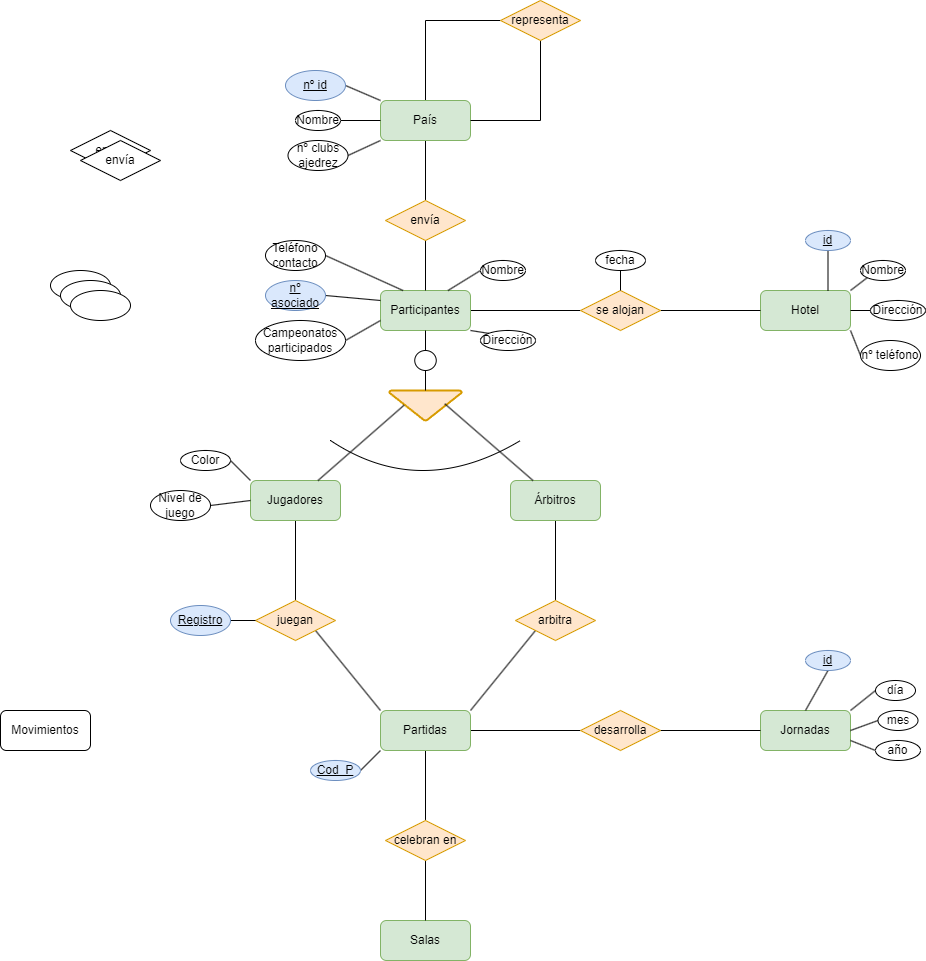
LuisMGlez/base-datos keeps this draw.io diagram as Unidad-1/Tareas/Tareas-evaluables/Tarea-evaluable-2/tarea-evaluable-2.drawio.png. Above is the earlier version. Source tidied: cells renumbered, new cells last; positions are measured from the earlier drawing's top-left corner, leaving out a move shared by most shapes.
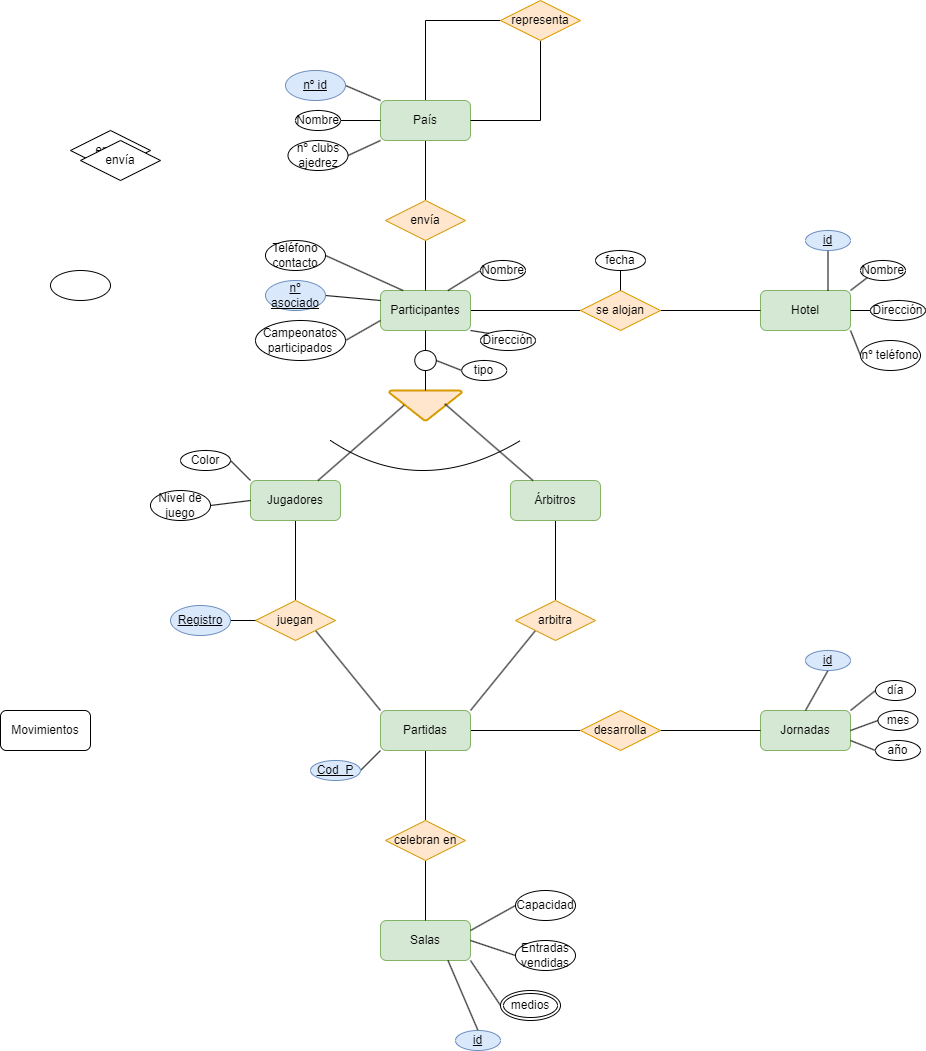
The same diagram one commit later.

Change to the diagram source:
```diff
@@ -224,11 +224,17 @@
     <mxCell id="73" value="nº teléfono" style="ellipse;whiteSpace=wrap;html=1;" parent="1" vertex="1">
       <mxGeometry x="860" y="340" width="60" height="30" as="geometry" />
     </mxCell>
+    <mxCell id="86" style="rounded=0;jettySize=auto;html=1;exitX=0;exitY=0.5;exitDx=0;exitDy=0;entryX=1;entryY=0.25;entryDx=0;entryDy=0;endArrow=none;endFill=0;" parent="1" edge="1" source="74" target="4">
+      <mxGeometry relative="1" as="geometry" />
+    </mxCell>
-    <mxCell id="74" style="ellipse;whiteSpace=wrap;html=1;" parent="1" vertex="1">
-      <mxGeometry x="60" y="280" width="60" height="30" as="geometry" />
+    <mxCell id="74" value="Capacidad" style="ellipse;whiteSpace=wrap;html=1;" parent="1" vertex="1">
+      <mxGeometry x="515" y="890" width="60" height="30" as="geometry" />
     </mxCell>
+    <mxCell id="87" style="rounded=0;jettySize=auto;html=1;exitX=0;exitY=0.5;exitDx=0;exitDy=0;entryX=1;entryY=0.5;entryDx=0;entryDy=0;endArrow=none;endFill=0;" parent="1" edge="1" source="75" target="4">
+      <mxGeometry relative="1" as="geometry" />
+    </mxCell>
-    <mxCell id="75" style="ellipse;whiteSpace=wrap;html=1;" parent="1" vertex="1">
-      <mxGeometry x="70" y="290" width="60" height="30" as="geometry" />
+    <mxCell id="75" value="Entradas vendidas" style="ellipse;whiteSpace=wrap;html=1;" parent="1" vertex="1">
+      <mxGeometry x="515" y="940" width="60" height="30" as="geometry" />
     </mxCell>
     <mxCell id="76" style="rounded=0;jettySize=auto;html=1;exitX=0;exitY=0.5;exitDx=0;exitDy=0;entryX=1;entryY=0;entryDx=0;entryDy=0;endArrow=none;endFill=0;" parent="1" edge="1" source="77" target="5">
       <mxGeometry relative="1" as="geometry" />
@@ -260,5 +266,23 @@
     <mxCell id="85" value="&lt;u&gt;id&lt;/u&gt;" style="ellipse;whiteSpace=wrap;html=1;fillColor=#dae8fc;strokeColor=#6c8ebf;" parent="1" vertex="1">
       <mxGeometry x="805" y="650" width="45" height="20" as="geometry" />
     </mxCell>
+    <mxCell id="88" value="tipo" style="ellipse;whiteSpace=wrap;html=1;" parent="1" vertex="1">
+      <mxGeometry x="461.2" y="360" width="45" height="20" as="geometry" />
+    </mxCell>
+    <mxCell id="89" style="rounded=0;jettySize=auto;html=1;exitX=0;exitY=0.5;exitDx=0;exitDy=0;entryX=1;entryY=0.5;entryDx=0;entryDy=0;entryPerimeter=0;endArrow=none;endFill=0;" parent="1" edge="1" source="88" target="22">
+      <mxGeometry relative="1" as="geometry" />
+    </mxCell>
+    <mxCell id="90" style="rounded=0;jettySize=auto;html=1;exitX=0;exitY=0.5;exitDx=0;exitDy=0;entryX=1;entryY=1;entryDx=0;entryDy=0;endArrow=none;endFill=0;" parent="1" edge="1" source="91" target="4">
+      <mxGeometry relative="1" as="geometry" />
+    </mxCell>
+    <mxCell id="91" value="medios" style="ellipse;shape=doubleEllipse;margin=3;whiteSpace=wrap;html=1;align=center;" parent="1" vertex="1">
+      <mxGeometry x="500" y="990" width="60" height="30" as="geometry" />
+    </mxCell>
+    <mxCell id="92" style="rounded=0;jettySize=auto;html=1;exitX=0.5;exitY=0;exitDx=0;exitDy=0;entryX=0.75;entryY=1;entryDx=0;entryDy=0;endArrow=none;endFill=0;" parent="1" edge="1" source="93" target="4">
+      <mxGeometry relative="1" as="geometry" />
+    </mxCell>
+    <mxCell id="93" value="&lt;u&gt;id&lt;/u&gt;" style="ellipse;whiteSpace=wrap;html=1;fillColor=#dae8fc;strokeColor=#6c8ebf;" parent="1" vertex="1">
+      <mxGeometry x="455" y="1030" width="45" height="20" as="geometry" />
+    </mxCell>
   </root>
 </mxGraphModel>
```
